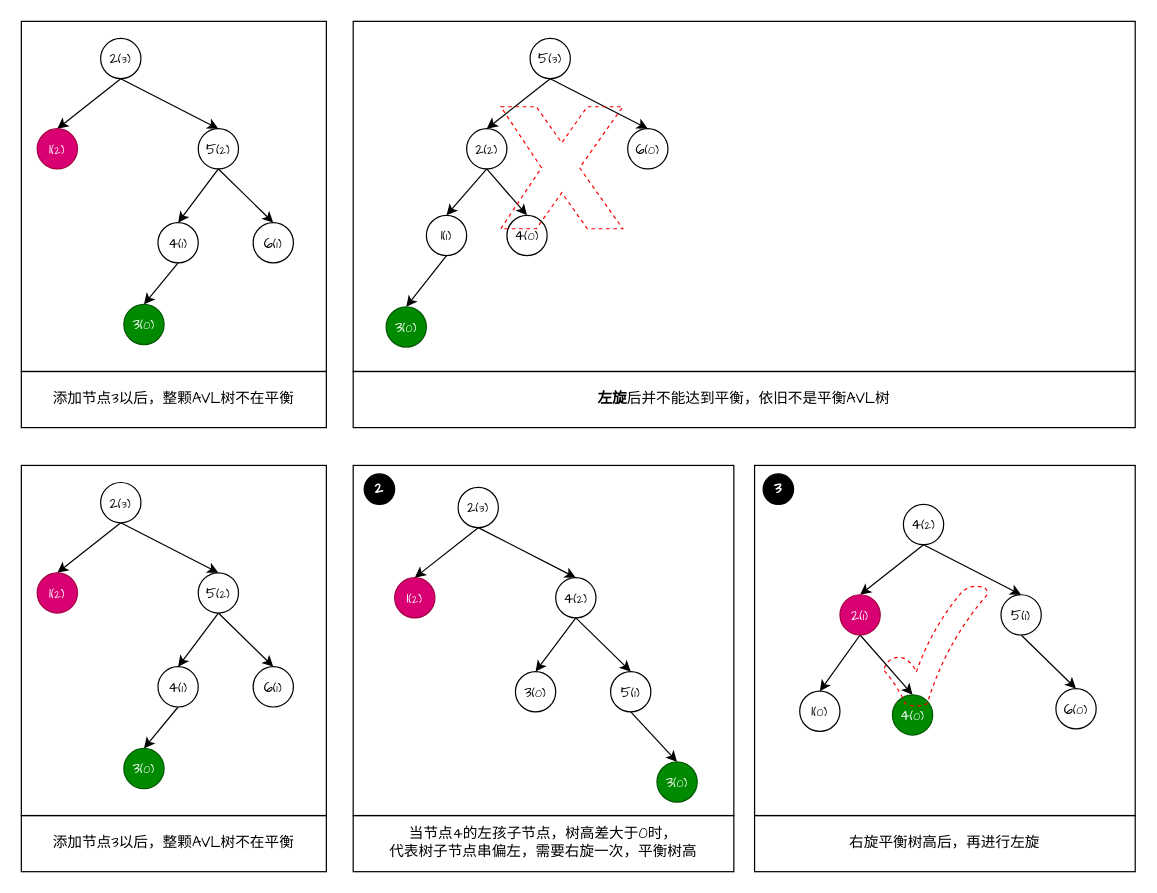
Before: page "AVL-04（右左旋）" (4 of 4) of data-structures/src/main/java/tree/draw/tree-avl.drawio in fuzhengwei/java-algorithms, a draw.io diagram. Source tidied: cells renumbered, new cells numbered last; positions are measured from the earlier drawing's top-left corner, leaving out a move shared by most shapes. Both pictures are drawn from the tidied source at 122%, with x=0, y=0 at pixel (21, 21).
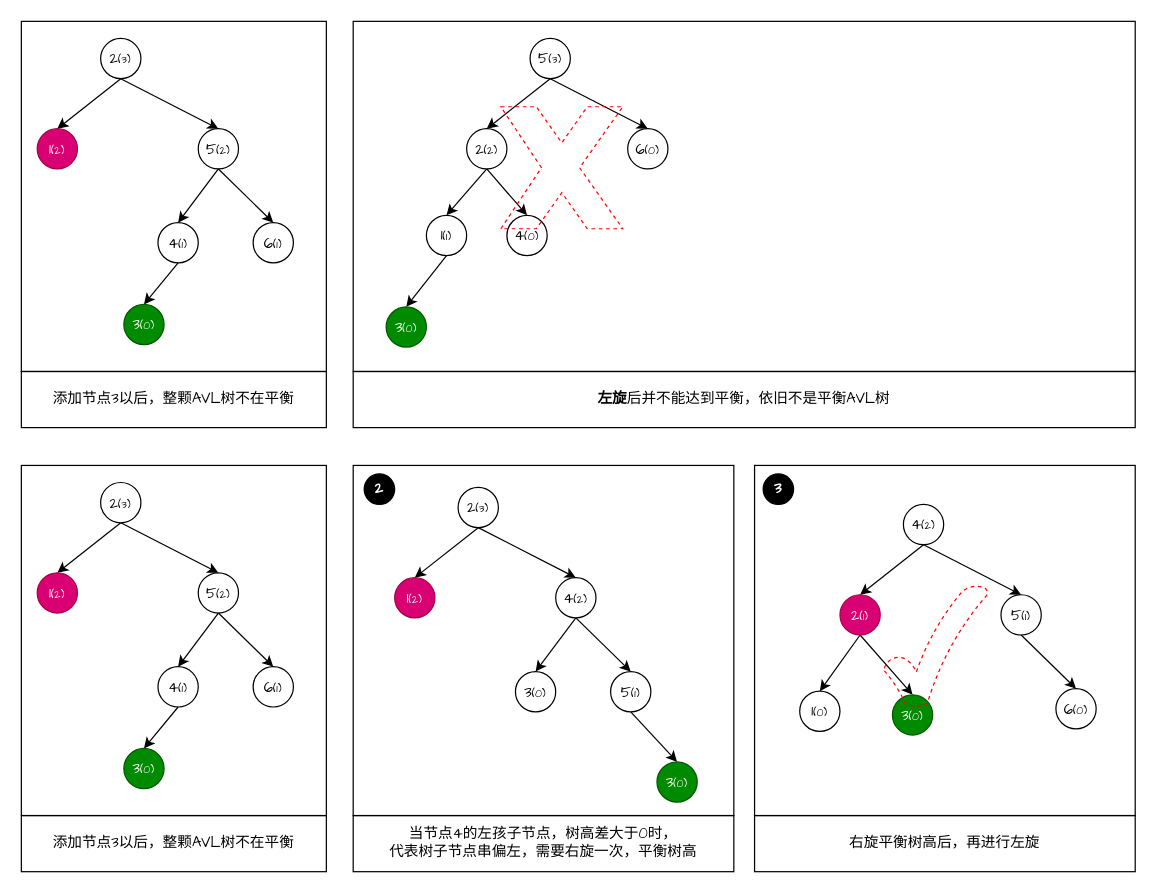
After the change.

Commit message:
小傅哥，fix：https://github.com/fuzhengwei/java-algorithms/issues/8

The edit, as a diff of the source:
```diff
@@
-    <mxCell id="69" value="&lt;font face=&quot;Comic Sans MS&quot;&gt;&lt;font style=&quot;&quot;&gt;4&lt;/font&gt;&lt;font style=&quot;font-size: 9px;&quot;&gt;(0)&lt;/font&gt;&lt;/font&gt;" style="ellipse;whiteSpace=wrap;html=1;fillColor=#008a00;fontColor=#ffffff;strokeColor=#005700;" parent="1" vertex="1">
+    <mxCell id="69" value="&lt;font face=&quot;Comic Sans MS&quot;&gt;&lt;font style=&quot;&quot;&gt;3&lt;/font&gt;&lt;font style=&quot;font-size: 9px;&quot;&gt;(0)&lt;/font&gt;&lt;/font&gt;" style="ellipse;whiteSpace=wrap;html=1;fillColor=#008a00;fontColor=#ffffff;strokeColor=#005700;" parent="1" vertex="1">
       <mxGeometry x="714" y="552" width="33" height="33" as="geometry" />
     </mxCell>
```
